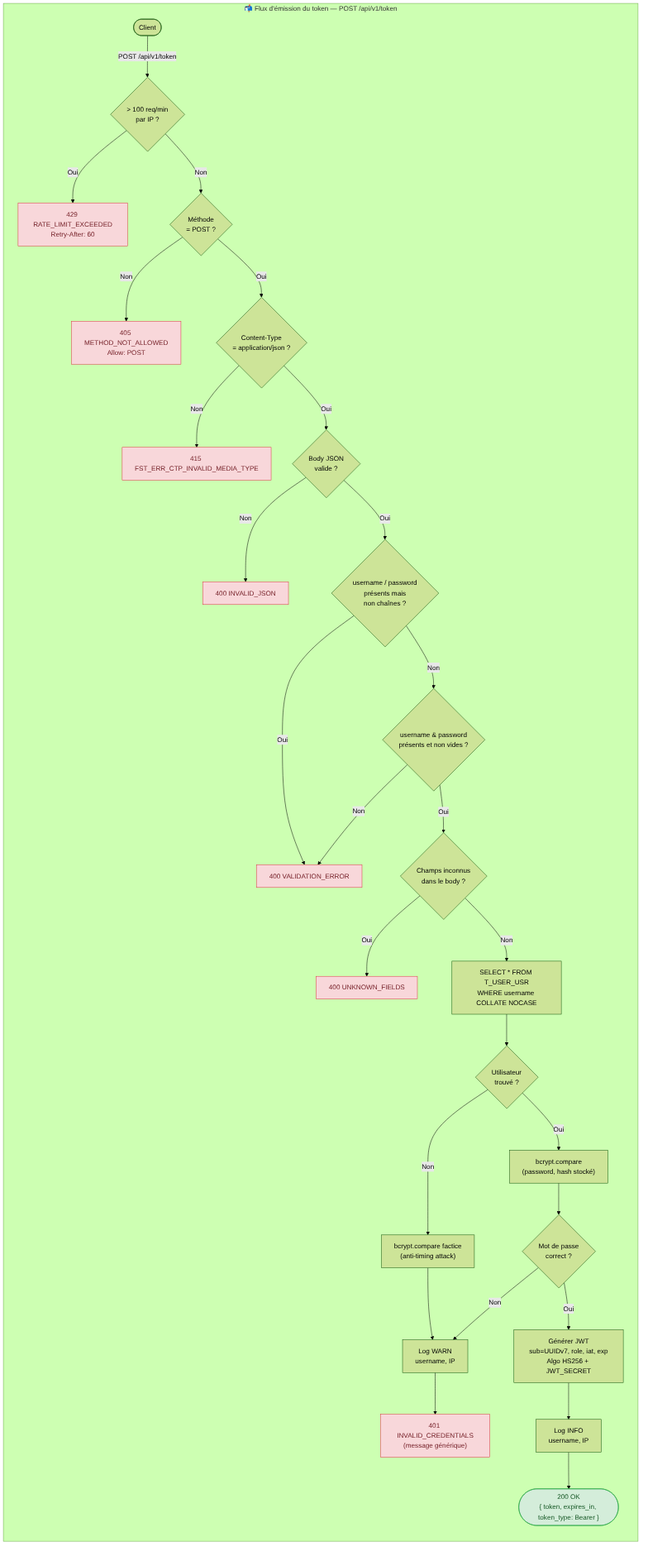
Before: docs/specs/diagrams/US-003-authentication-token.png, a diagram exported from Mermaid (ODehel/quiz-live-server). Its source is kept beside it as docs/specs/diagrams/US-003-authentication-token.mmd.
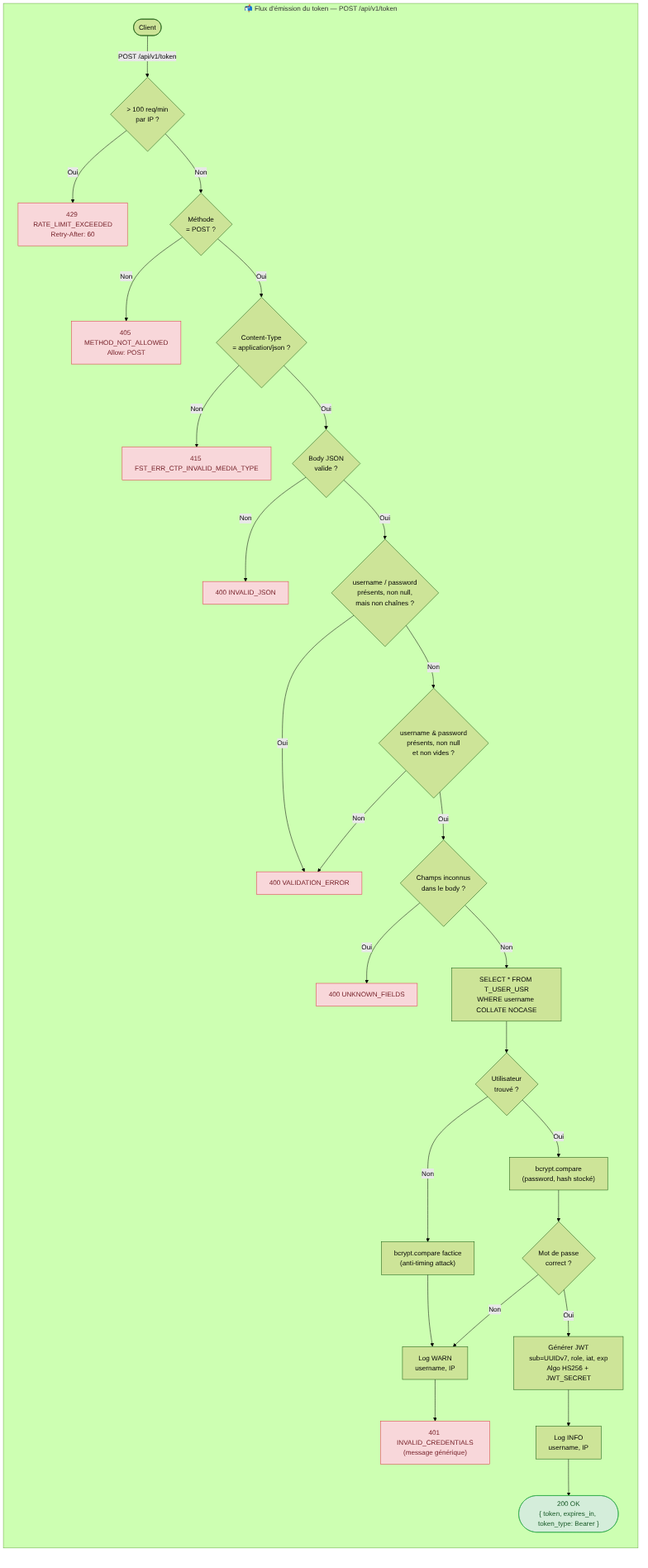
After the commit.

Commit message:
docs(specs): settle null as a field value and align error-codes with the validation order on POST /api/v1/token (#207)

What changed in the source:
```diff
@@ -11,9 +11,9 @@
         CT -->|"Non"| E415["415 FST_ERR_CTP_INVALID_MEDIA_TYPE"]
         CT -->|"Oui"| J{"Body JSON\nvalide ?"}
         J -->|"Non"| E400a["400 INVALID_JSON"]
-        J -->|"Oui"| TY{"username / password\nprésents mais\nnon chaînes ?"}
+        J -->|"Oui"| TY{"username / password\nprésents, non null,\nmais non chaînes ?"}
         TY -->|"Oui"| E400c["400 VALIDATION_ERROR"]
-        TY -->|"Non"| FIELDS{"username & password\nprésents et non vides ?"}
+        TY -->|"Non"| FIELDS{"username & password\nprésents, non null\net non vides ?"}
         FIELDS -->|"Non"| E400c
         FIELDS -->|"Oui"| UF{"Champs inconnus\ndans le body ?"}
         UF -->|"Oui"| E400b["400 UNKNOWN_FIELDS"]
```
